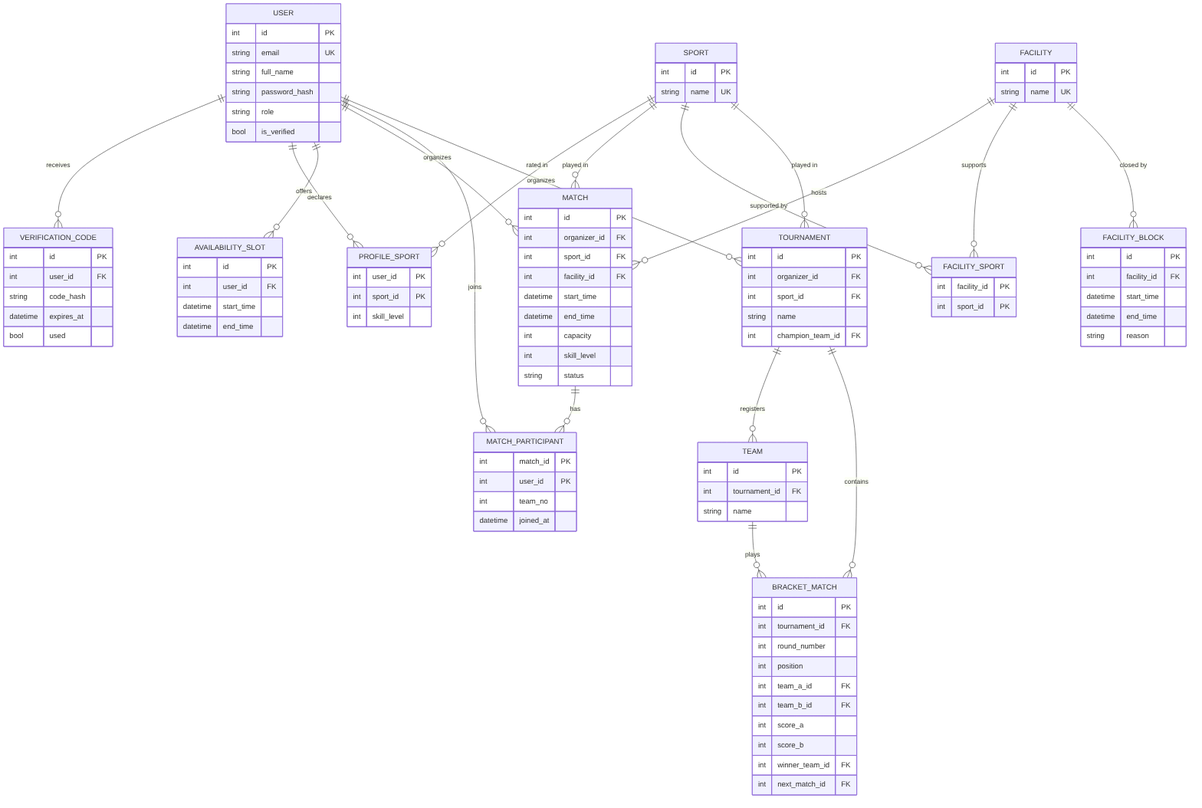
Above: docs/analysis/data/er_diagram.png in emir-heval-arda-harun/CMPE-331-project (Mermaid), before the change. Its source is kept beside it as docs/analysis/data/er_diagram.mmd. The source it was exported from:
```mermaid
erDiagram
    USER ||--o{ VERIFICATION_CODE : receives
    USER ||--o{ PROFILE_SPORT : declares
    SPORT ||--o{ PROFILE_SPORT : "rated in"
    USER ||--o{ AVAILABILITY_SLOT : offers
    USER ||--o{ MATCH : organizes
    USER ||--o{ MATCH_PARTICIPANT : joins
    MATCH ||--o{ MATCH_PARTICIPANT : has
    SPORT ||--o{ MATCH : "played in"
    FACILITY ||--o{ MATCH : hosts
    FACILITY ||--o{ FACILITY_SPORT : supports
    SPORT ||--o{ FACILITY_SPORT : "supported by"
    FACILITY ||--o{ FACILITY_BLOCK : "closed by"
    USER ||--o{ TOURNAMENT : organizes
    SPORT ||--o{ TOURNAMENT : "played in"
    TOURNAMENT ||--o{ TEAM : registers
    TOURNAMENT ||--o{ BRACKET_MATCH : contains
    TEAM ||--o{ BRACKET_MATCH : plays

    USER {
        int id PK
        string email UK
        string full_name
        string password_hash
        string role
        bool is_verified
    }
    VERIFICATION_CODE {
        int id PK
        int user_id FK
        string code_hash
        datetime expires_at
        bool used
    }
    SPORT {
        int id PK
        string name UK
    }
    PROFILE_SPORT {
        int user_id PK
        int sport_id PK
        int skill_level
    }
    AVAILABILITY_SLOT {
        int id PK
        int user_id FK
        datetime start_time
        datetime end_time
    }
    FACILITY {
        int id PK
        string name UK
    }
    FACILITY_SPORT {
        int facility_id PK
        int sport_id PK
    }
    FACILITY_BLOCK {
        int id PK
        int facility_id FK
        datetime start_time
        datetime end_time
        string reason
    }
    MATCH {
        int id PK
        int organizer_id FK
        int sport_id FK
        int facility_id FK
        datetime start_time
        datetime end_time
        int capacity
        int skill_level
        string status
    }
    MATCH_PARTICIPANT {
        int match_id PK
        int user_id PK
        int team_no
        datetime joined_at
    }
    TOURNAMENT {
        int id PK
        int organizer_id FK
        int sport_id FK
        string name
        int champion_team_id FK
    }
    TEAM {
        int id PK
        int tournament_id FK
        string name
    }
    BRACKET_MATCH {
        int id PK
        int tournament_id FK
        int round_number
        int position
        int team_a_id FK
        int team_b_id FK
        int score_a
        int score_b
        int winner_team_id FK
        int next_match_id FK
    }
```
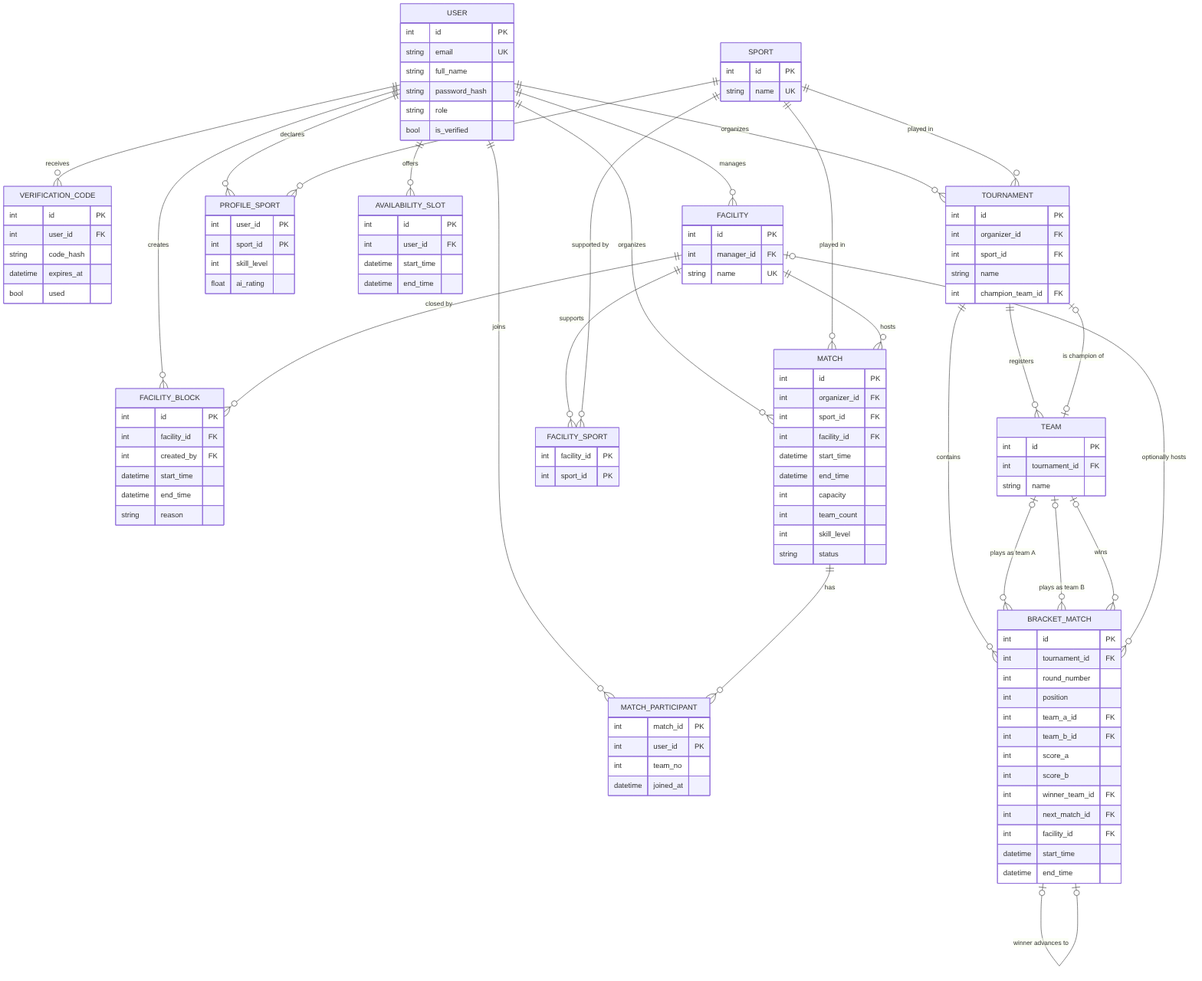
After the commit.

Change to the diagram source:
```diff
@@ -1,5 +1,7 @@
 erDiagram
     USER ||--o{ VERIFICATION_CODE : receives
+    USER ||--o{ FACILITY : manages
+    USER ||--o{ FACILITY_BLOCK : "creates"
     USER ||--o{ PROFILE_SPORT : declares
     SPORT ||--o{ PROFILE_SPORT : "rated in"
     USER ||--o{ AVAILABILITY_SLOT : offers
@@ -15,7 +17,12 @@
     SPORT ||--o{ TOURNAMENT : "played in"
     TOURNAMENT ||--o{ TEAM : registers
     TOURNAMENT ||--o{ BRACKET_MATCH : contains
-    TEAM ||--o{ BRACKET_MATCH : plays
+    TEAM |o--o{ BRACKET_MATCH : "plays as team A"
+    TEAM |o--o{ BRACKET_MATCH : "plays as team B"
+    TEAM |o--o{ BRACKET_MATCH : "wins"
+    TEAM |o--o| TOURNAMENT : "is champion of"
+    BRACKET_MATCH |o--o| BRACKET_MATCH : "winner advances to"
+    FACILITY |o--o{ BRACKET_MATCH : "optionally hosts"
 
     USER {
         int id PK
@@ -40,6 +47,7 @@
         int user_id PK
         int sport_id PK
         int skill_level
+        float ai_rating
     }
     AVAILABILITY_SLOT {
         int id PK
@@ -49,6 +57,7 @@
     }
     FACILITY {
         int id PK
+        int manager_id FK
         string name UK
     }
     FACILITY_SPORT {
@@ -58,6 +67,7 @@
     FACILITY_BLOCK {
         int id PK
         int facility_id FK
+        int created_by FK
         datetime start_time
         datetime end_time
         string reason
@@ -70,6 +80,7 @@
         datetime start_time
         datetime end_time
         int capacity
+        int team_count
         int skill_level
         string status
     }
@@ -102,4 +113,7 @@
         int score_b
         int winner_team_id FK
         int next_match_id FK
+        int facility_id FK
+        datetime start_time
+        datetime end_time
     }
```
